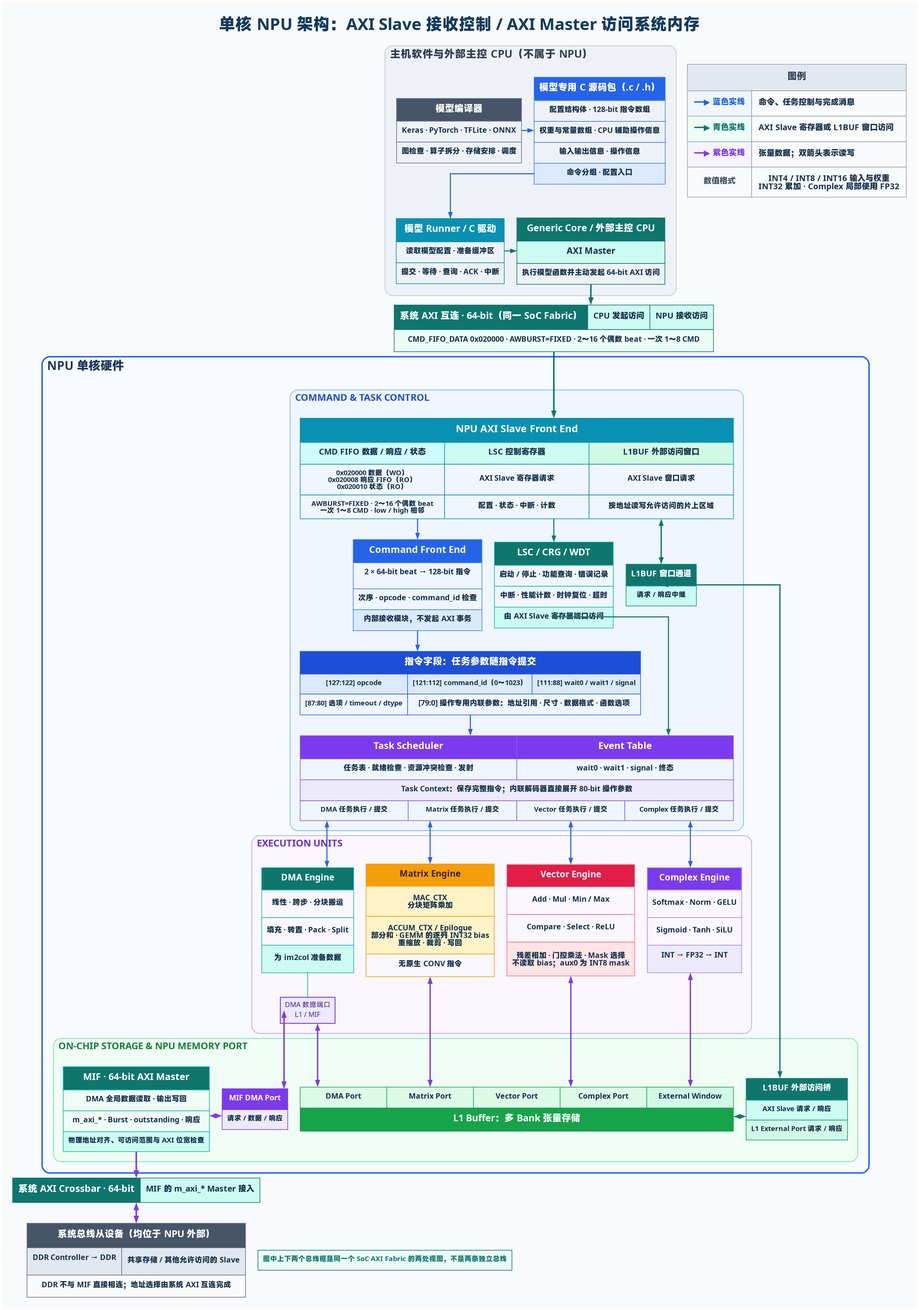
The Graphviz diagram NPU/assets/npu_single_core_architecture_ppt.png in Little-W/Obsidian, before a commit. Its source is kept beside it as NPU/assets/npu_single_core_architecture_ppt.dot.
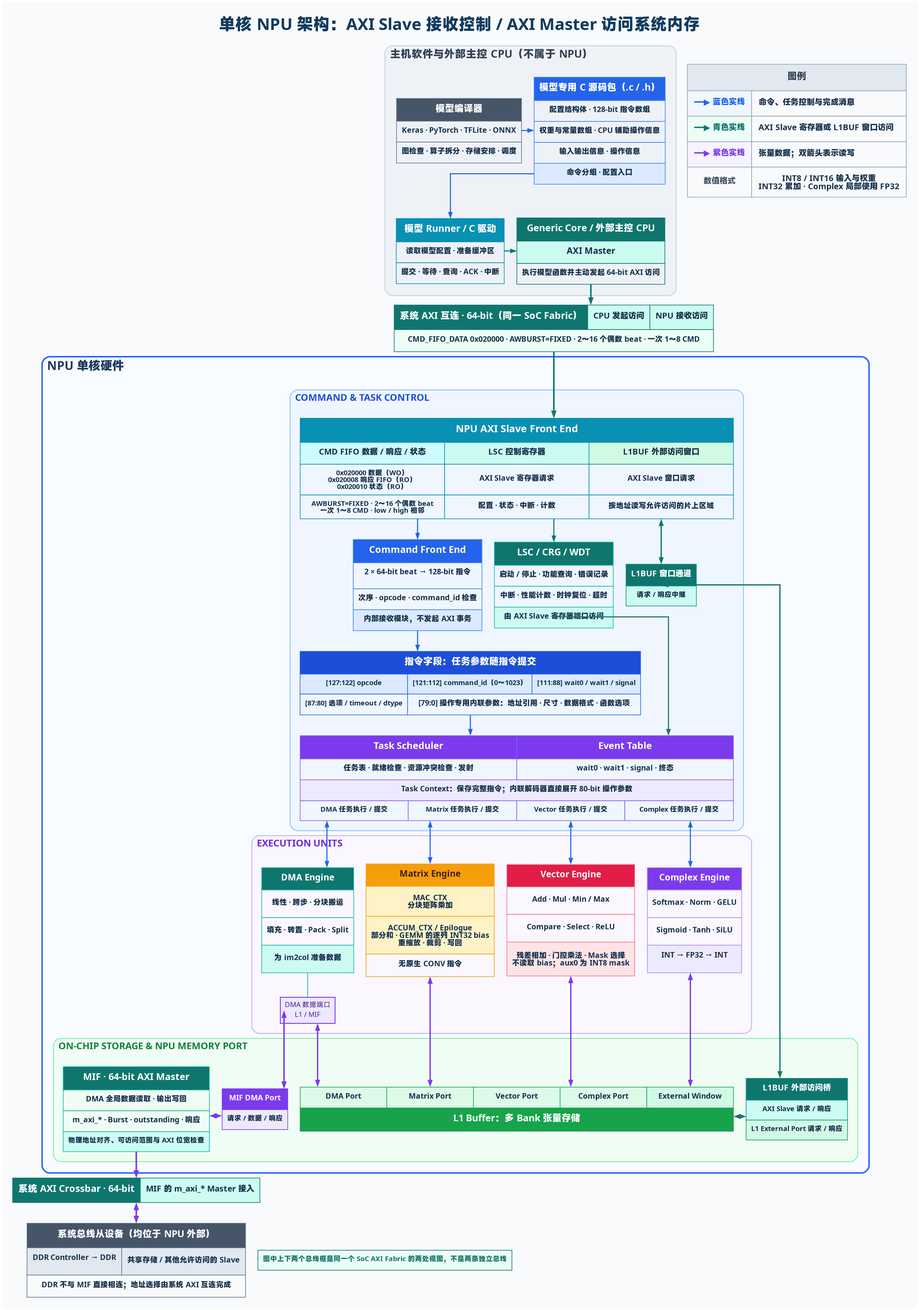
The same diagram one commit later.

What changed in the source:
```diff
@@ -136,7 +136,7 @@
         </TR>
         <TR>
           <TD BGCOLOR="#F8FAFC" VALIGN="MIDDLE"><FONT FACE="Microsoft YaHei" COLOR="#475569" POINT-SIZE="13"><B>数值格式</B></FONT></TD>
-          <TD ALIGN="LEFT" VALIGN="MIDDLE"><FONT FACE="Microsoft YaHei" POINT-SIZE="13"><B>INT4 / INT8 / INT16 输入与权重<BR/>INT32 累加 · Complex 局部使用 FP32</B></FONT></TD>
+          <TD ALIGN="LEFT" VALIGN="MIDDLE"><FONT FACE="Microsoft YaHei" POINT-SIZE="13"><B>INT8 / INT16 输入与权重<BR/>INT32 累加 · Complex 局部使用 FP32</B></FONT></TD>
         </TR>
       </TABLE>
     >
```
